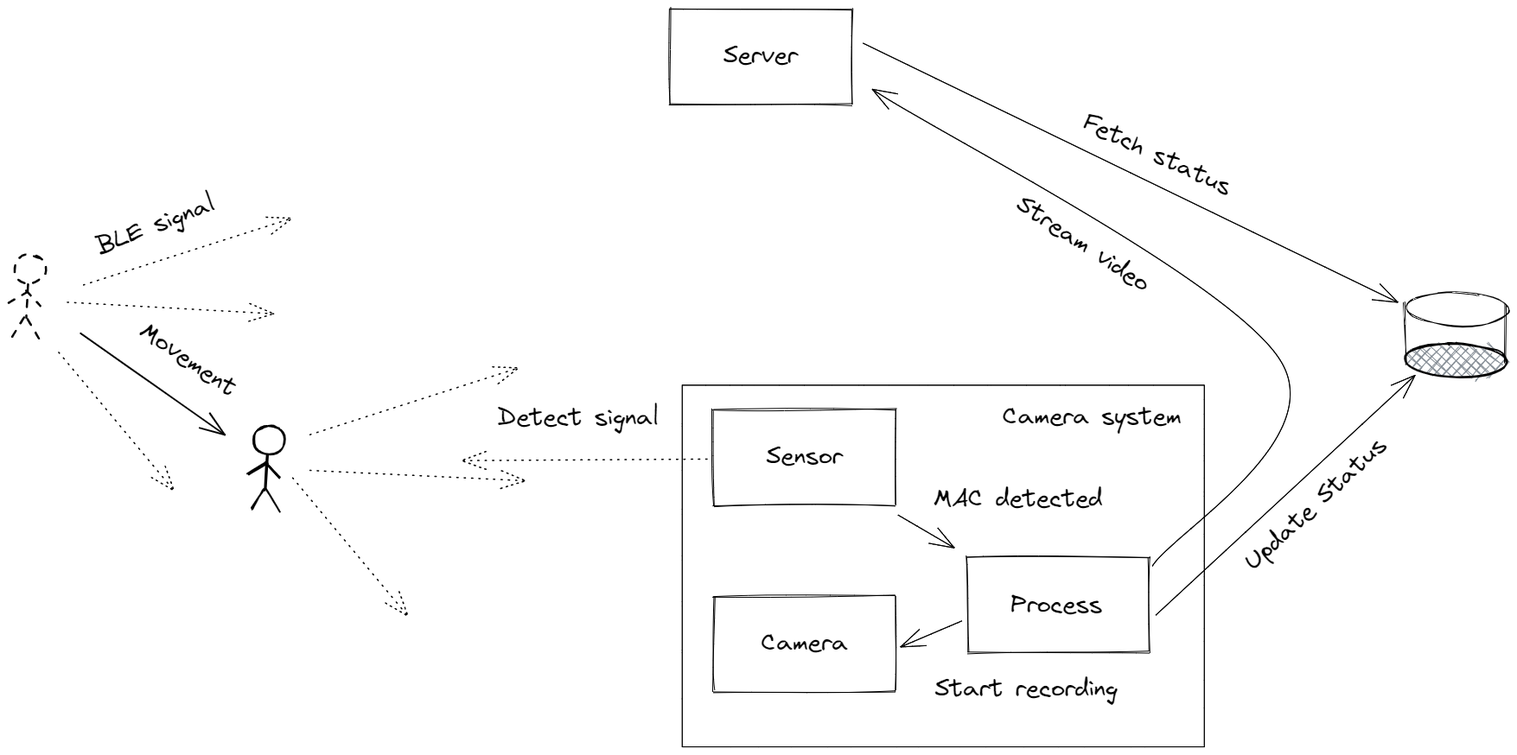
ttu/multi-camera-system keeps this Excalidraw diagram as docs/detection.excalidraw.png. Above is the earlier version. Source tidied: one line per element, renumbered; positions are measured from the earlier drawing's top-left corner, leaving out a move shared by most shapes.
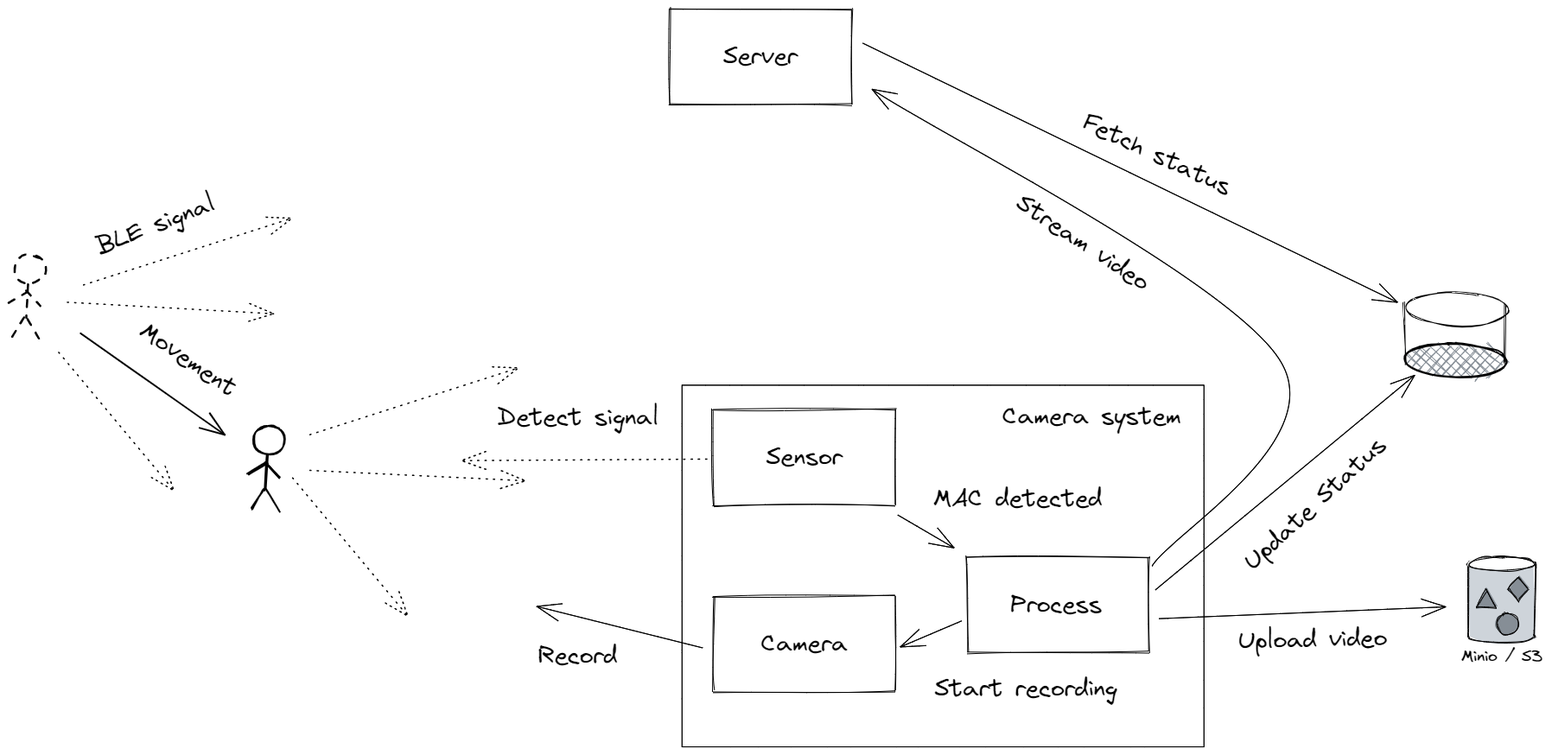
After the change.

Commit message:
Store recorded video to MinIO object storage

What changed in the source:
```diff
@@ -14,12 +14,12 @@
 {"id": 13, "type": "text", "text": "Detect signal", "strokeColor": "#000000", "backgroundColor": "#228be6", "fillStyle": "hachure", "strokeWidth": 1, "roughness": 0, "fontSize": 28, "fontFamily": 1, "x": 565, "y": 456, "width": 189, "height": 35}
 {"id": 14, "type": "text", "text": "MAC detected", "strokeColor": "#000000", "backgroundColor": "#228be6", "fillStyle": "hachure", "strokeWidth": 1, "roughness": 0, "fontSize": 28, "fontFamily": 1, "x": 1069, "y": 550, "width": 197, "height": 35}
 {"id": 15, "type": "rectangle", "strokeColor": "#000000", "strokeWidth": 1, "roughness": 1, "x": 815, "y": 465, "width": 211, "height": 111}
-{"id": 16, "type": "text", "text": "Sensor", "strokeColor": "#000000", "backgroundColor": "#228be6", "fillStyle": "hachure", "strokeWidth": 1, "strokeStyle": "dotted", "roughness": 0, "fontSize": 28, "fontFamily": 1, "textAlign": "center", "verticalAlign": "middle", "inside": 15, "x": 875, "y": 502, "width": 90, "height": 35}
+{"id": 16, "type": "text", "text": "Sensor", "strokeColor": "#000000", "backgroundColor": "#228be6", "fillStyle": "hachure", "strokeWidth": 1, "strokeStyle": "dotted", "roughness": 0, "fontSize": 28, "fontFamily": 1, "textAlign": "center", "verticalAlign": "middle", "inside": 15, "x": 875, "y": 502, "width": 90, "height": 37}
 {"id": 17, "type": "arrow", "strokeColor": "#000000", "backgroundColor": "#228be6", "fillStyle": "hachure", "strokeWidth": 1, "roughness": 0, "endArrowhead": "arrow", "from": 15, "to": 0, "x": 1028, "y": 586, "width": 65, "height": 38, "points": [[0, 0], [65, 38]]}
 {"id": 18, "type": "text", "text": "Start recording", "strokeColor": "#000000", "backgroundColor": "#228be6", "fillStyle": "hachure", "strokeWidth": 1, "roughness": 0, "fontSize": 28, "fontFamily": 1, "x": 1071, "y": 770, "width": 214, "height": 35}
 {"id": 19, "type": "rectangle", "strokeColor": "#000000", "strokeWidth": 1, "roughness": 0, "x": 779, "y": 436, "width": 604, "height": 419}
 {"id": 20, "type": "rectangle", "strokeColor": "#000000", "strokeWidth": 1, "roughness": 1, "x": 815, "y": 680, "width": 211, "height": 111}
-{"id": 21, "type": "text", "text": "Camera", "strokeColor": "#000000", "backgroundColor": "#228be6", "fillStyle": "hachure", "strokeWidth": 1, "strokeStyle": "dotted", "roughness": 0, "fontSize": 28, "fontFamily": 1, "textAlign": "center", "verticalAlign": "middle", "inside": 20, "x": 869, "y": 718, "width": 102, "height": 35}
+{"id": 21, "type": "text", "text": "Camera", "strokeColor": "#000000", "backgroundColor": "#228be6", "fillStyle": "hachure", "strokeWidth": 1, "strokeStyle": "dotted", "roughness": 0, "fontSize": 28, "fontFamily": 1, "textAlign": "center", "verticalAlign": "middle", "inside": 20, "x": 869, "y": 718, "width": 102, "height": 37}
 {"id": 22, "type": "arrow", "strokeColor": "#000000", "backgroundColor": "#228be6", "fillStyle": "hachure", "strokeWidth": 1, "roughness": 0, "endArrowhead": "arrow", "from": 0, "to": 20, "x": 1102, "y": 709, "width": 71, "height": 30, "points": [[0, 0], [-71, 30]]}
 {"id": 23, "type": "arrow", "strokeColor": "#000000", "strokeWidth": 2, "roughness": 0, "endArrowhead": "arrow", "x": 83, "y": 376, "width": 167, "height": 117, "points": [[0, 0], [83, 59], [167, 117]]}
 {"id": 24, "type": "ellipse", "strokeColor": "#000000", "strokeWidth": 2, "strokeStyle": "dashed", "roughness": 1, "x": 6, "y": 285, "width": 36, "height": 33}
@@ -34,14 +34,24 @@
 {"id": 33, "type": "text", "text": "Movement", "strokeColor": "#000000", "angle": 0.6, "strokeWidth": 4, "strokeStyle": "dashed", "roughness": 0, "fontSize": 28, "fontFamily": 1, "x": 142, "y": 390, "width": 131, "height": 35}
 {"id": 34, "type": "text", "text": "Camera system", "strokeColor": "#000000", "strokeWidth": 2, "roughness": 0, "fontSize": 28, "fontFamily": 1, "x": 1149, "y": 455, "width": 209, "height": 35}
 {"id": 35, "type": "rectangle", "strokeColor": "#000000", "strokeWidth": 1, "roughness": 1, "x": 764, "y": 0, "width": 211, "height": 111}
-{"id": 36, "type": "text", "text": "Server", "strokeColor": "#000000", "backgroundColor": "#228be6", "fillStyle": "hachure", "strokeWidth": 1, "strokeStyle": "dotted", "roughness": 0, "fontSize": 28, "fontFamily": 1, "textAlign": "center", "verticalAlign": "middle", "inside": 35, "x": 825, "y": 38, "width": 88, "height": 35}
+{"id": 36, "type": "text", "text": "Server", "strokeColor": "#000000", "backgroundColor": "#228be6", "fillStyle": "hachure", "strokeWidth": 1, "strokeStyle": "dotted", "roughness": 0, "fontSize": 28, "fontFamily": 1, "textAlign": "center", "verticalAlign": "middle", "inside": 35, "x": 825, "y": 38, "width": 88, "height": 37}
 {"id": 37, "type": "text", "text": "Update Status", "strokeColor": "#000000", "angle": 5.53, "strokeWidth": 2, "roughness": 0, "fontSize": 28, "fontFamily": 1, "x": 1405, "y": 555, "width": 214, "height": 35}
 {"id": 38, "type": "ellipse", "strokeColor": "#000000", "angle": 0.03, "strokeWidth": 1, "roughness": 1, "x": 1616, "y": 328, "width": 118, "height": 39}
 {"id": 39, "type": "ellipse", "strokeColor": "#000000", "angle": 0.03, "backgroundColor": "#868e96", "fillStyle": "cross-hatch", "strokeWidth": 2, "roughness": 1, "x": 1614, "y": 388, "width": 118, "height": 39}
 {"id": 40, "type": "line", "strokeColor": "#000000", "angle": 0.03, "strokeWidth": 1, "roughness": 1, "x": 1613, "y": 341, "width": 5, "height": 71, "points": [[0, 0], [5, 71]]}
 {"id": 41, "type": "line", "strokeColor": "#000000", "angle": 0.03, "strokeWidth": 1, "roughness": 1, "x": 1731, "y": 343, "width": 2, "height": 66, "points": [[0, 0], [2, 66]]}
-{"id": 42, "type": "arrow", "strokeColor": "#000000", "strokeWidth": 1, "roughness": 0, "endArrowhead": "arrow", "from": 0, "to": 39, "x": 1326, "y": 702, "width": 300, "height": 278, "points": [[0, 0], [300, -278]]}
+{"id": 42, "type": "arrow", "strokeColor": "#000000", "strokeWidth": 1, "roughness": 0, "endArrowhead": "arrow", "from": 0, "to": 39, "x": 1326, "y": 673, "width": 300, "height": 248, "points": [[0, 0], [300, -248]]}
 {"id": 43, "type": "arrow", "strokeColor": "#000000", "strokeWidth": 1, "roughness": 0, "endArrowhead": "arrow", "from": 35, "to": 38, "x": 988, "y": 40, "width": 619, "height": 300, "points": [[0, 0], [619, 300]]}
 {"id": 44, "type": "text", "text": "Fetch status", "strokeColor": "#000000", "angle": 0.44, "strokeWidth": 2, "roughness": 0, "fontSize": 28, "fontFamily": 1, "x": 1235, "y": 152, "width": 188, "height": 35}
 {"id": 45, "type": "arrow", "strokeColor": "#000000", "strokeWidth": 1, "roughness": 0, "endArrowhead": "arrow", "from": 0, "to": 35, "x": 1322, "y": 645, "width": 473, "height": 552, "points": [[0, 0], [149, -236], [-324, -552]]}
-{"id": 46, "type": "text", "text": "Stream video", "strokeColor": "#000000", "angle": 0.58, "strokeWidth": 2, "roughness": 0, "fontSize": 28, "fontFamily": 1, "x": 1153, "y": 256, "width": 180, "height": 35}
+{"id": 46, "type": "text", "text": "Stream video", "strokeColor": "#000000", "angle": 0.58, "strokeWidth": 2, "roughness": 0, "fontSize": 28, "fontFamily": 1, "x": 1153, "y": 254, "width": 180, "height": 35}
+{"id": 47, "type": "arrow", "strokeColor": "#000000", "strokeWidth": 1, "roughness": 0, "endArrowhead": "arrow", "from": 20, "x": 802, "y": 740, "width": 192, "height": 48, "points": [[0, 0], [-192, -48]]}
+{"id": 48, "type": "text", "text": "Record", "strokeColor": "#000000", "backgroundColor": "#228be6", "fillStyle": "hachure", "strokeWidth": 1, "roughness": 0, "fontSize": 28, "fontFamily": 1, "x": 612, "y": 732, "width": 94, "height": 35}
+{"id": 49, "type": "line", "strokeColor": "#000000", "backgroundColor": "#ced4da", "fillStyle": "solid", "strokeWidth": 1, "roughness": 1, "x": 1688, "y": 643, "width": 77, "height": 99, "points": [[0, 0], [0, 75], [0, 84], [4, 87], [18, 90], [41, 91], [63, 90], [75, 86], [77, 83], [77, 76], [77, 6], [76, 0], [71, -4], [61, -6], [37, -8], [18, -7], [3, -3], [0, 0], [0, 0]]}
+{"id": 50, "type": "ellipse", "strokeColor": "#000000", "backgroundColor": "#fff", "fillStyle": "solid", "strokeWidth": 1, "roughness": 1, "x": 1689, "y": 635, "width": 76, "height": 15}
+{"id": 51, "type": "diamond", "strokeColor": "#000000", "backgroundColor": "#868e96", "fillStyle": "solid", "strokeWidth": 1, "roughness": 1, "x": 1734, "y": 658, "width": 24, "height": 28}
+{"id": 52, "type": "ellipse", "strokeColor": "#000000", "backgroundColor": "#868e96", "fillStyle": "solid", "strokeWidth": 1, "roughness": 1, "x": 1721, "y": 700, "width": 25, "height": 24}
+{"id": 53, "type": "line", "strokeColor": "#000000", "backgroundColor": "#868e96", "fillStyle": "solid", "strokeWidth": 1, "roughness": 1, "x": 1709, "y": 672, "width": 23, "height": 21, "points": [[0, 0], [11, 21], [-12, 21], [0, 0]]}
+{"id": 54, "type": "text", "text": "Minio / S3", "strokeColor": "#000000", "strokeWidth": 1, "roughness": 1, "fontSize": 18.82, "fontFamily": 1, "textAlign": "center", "x": 1679, "y": 738, "width": 97, "height": 24}
+{"id": 55, "type": "arrow", "strokeColor": "#000000", "strokeWidth": 1, "roughness": 0, "endArrowhead": "arrow", "from": 0, "x": 1330, "y": 706, "width": 332, "height": 14, "points": [[0, 0], [332, -14]]}
+{"id": 56, "type": "text", "text": "Upload video", "strokeColor": "#000000", "angle": 6.26, "strokeWidth": 2, "roughness": 0, "fontSize": 28, "fontFamily": 1, "x": 1422, "y": 713, "width": 175, "height": 35}
```
